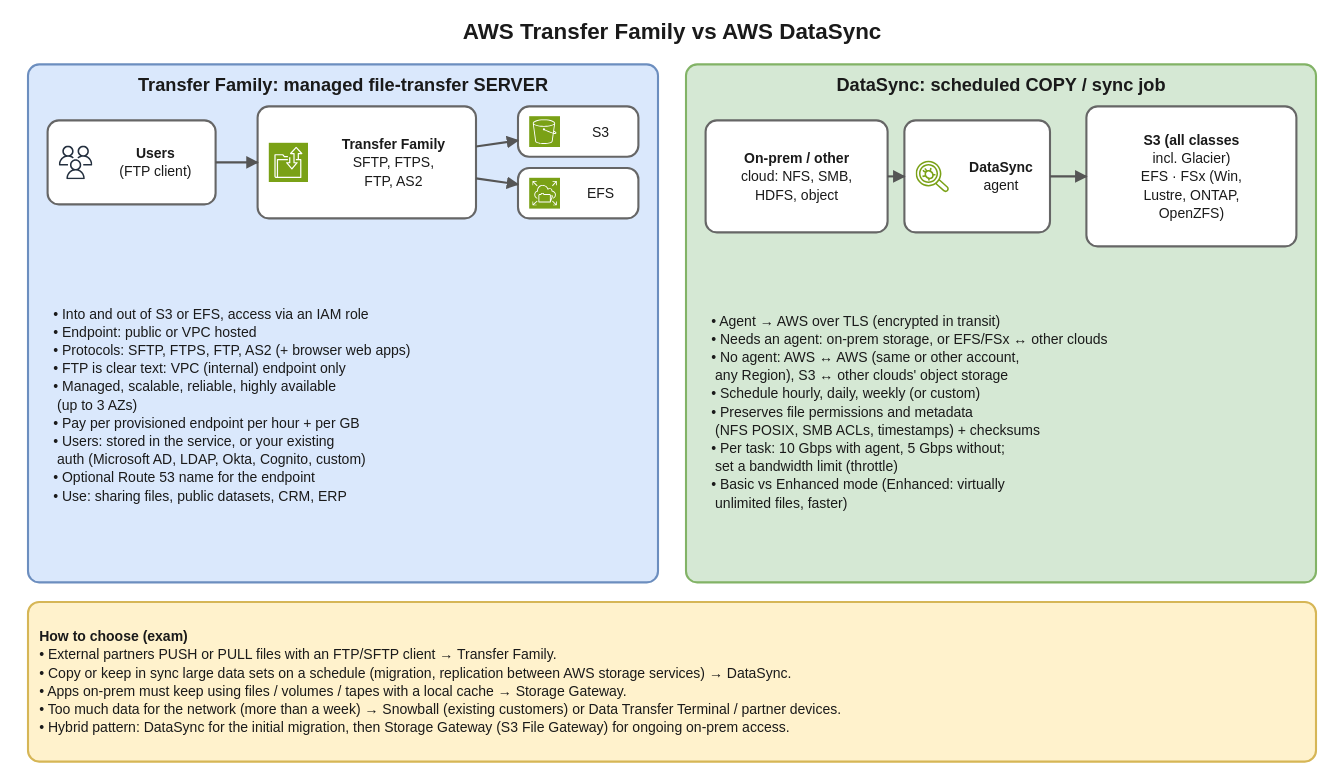
Before: interview-prep/aws/diagrams/sx-06-transfer-family-datasync.drawio.svg, a diagram exported from draw.io (suraj9741/interview). Source tidied: cells renumbered, new cells last; positions are measured from the earlier drawing's top-left corner, leaving out a move shared by most shapes.
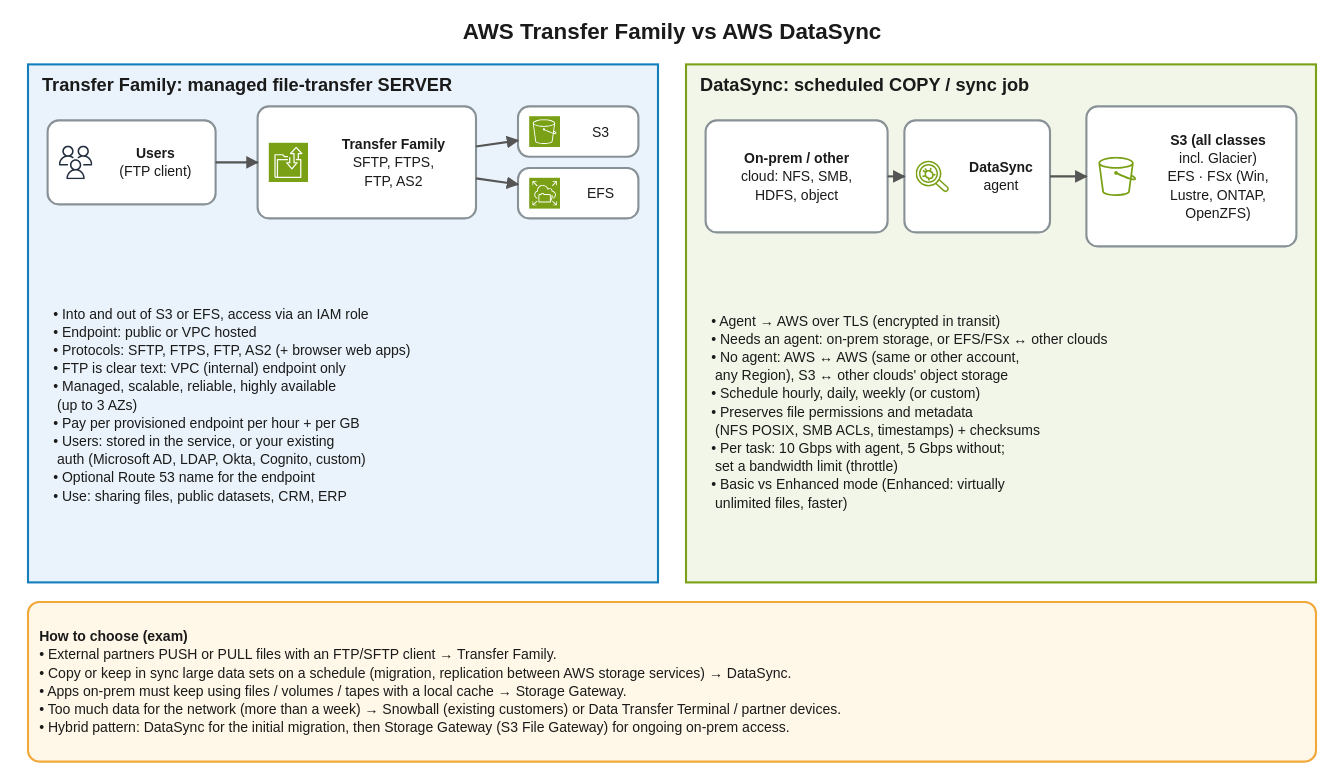
Later version of the same file.

Change to the diagram source:
```diff
@@ -5,28 +5,28 @@
     <mxCell id="2" value="AWS Transfer Family vs AWS DataSync" style="text;strokeColor=none;fillColor=none;whiteSpace=wrap;html=1;fontSize=16;fontColor=#1a1a1a;fontFamily=Helvetica;align=center;verticalAlign=middle;fontStyle=1;" parent="1" vertex="1">
       <mxGeometry width="960" height="28" as="geometry" />
     </mxCell>
-    <mxCell id="3" value="Transfer Family: managed file-transfer SERVER" style="rounded=1;absoluteArcSize=1;arcSize=16;fillColor=#dae8fc;strokeColor=#6c8ebf;strokeWidth=1.5;whiteSpace=wrap;html=1;fontSize=13;fontColor=#1a1a1a;fontFamily=Helvetica;align=center;verticalAlign=top;fontStyle=1;spacingTop=2;spacingBottom=2;" parent="1" vertex="1">
+    <mxCell id="3" value="Transfer Family: managed file-transfer SERVER" style="rounded=0;fillColor=#EAF3FB;strokeColor=#147EBA;strokeWidth=1.5;whiteSpace=wrap;html=1;fontSize=13;fontColor=#1a1a1a;fontFamily=Helvetica;align=left;verticalAlign=top;fontStyle=1;spacingLeft=8;spacingTop=2;spacingBottom=2;" parent="1" vertex="1">
       <mxGeometry x="20" y="38" width="450" height="370" as="geometry" />
     </mxCell>
-    <mxCell id="4" value="&lt;b&gt;Users&lt;/b&gt;&lt;br&gt;(FTP client)" style="rounded=1;absoluteArcSize=1;arcSize=16;fillColor=#ffffff;strokeColor=#666666;strokeWidth=1.5;whiteSpace=wrap;html=1;fontSize=10;fontColor=#1a1a1a;fontFamily=Helvetica;align=center;verticalAlign=middle;spacingLeft=34;" parent="1" vertex="1">
+    <mxCell id="4" value="&lt;b&gt;Users&lt;/b&gt;&lt;br&gt;(FTP client)" style="rounded=1;absoluteArcSize=1;arcSize=16;fillColor=#FFFFFF;strokeColor=#879196;strokeWidth=1.5;whiteSpace=wrap;html=1;fontSize=10;fontColor=#1a1a1a;fontFamily=Helvetica;align=center;verticalAlign=middle;spacingLeft=34;" parent="1" vertex="1">
       <mxGeometry x="34" y="78" width="120" height="60" as="geometry" />
     </mxCell>
     <mxCell id="5" style="sketch=0;fontColor=#232F3E;gradientColor=none;dashed=0;verticalLabelPosition=bottom;verticalAlign=top;align=center;html=1;fontSize=12;fontStyle=0;fillColor=#232F3E;strokeColor=none;shape=mxgraph.aws4.users;" parent="1" vertex="1">
       <mxGeometry x="42" y="96" width="24" height="24" as="geometry" />
     </mxCell>
-    <mxCell id="6" value="&lt;b&gt;Transfer Family&lt;/b&gt;&lt;br&gt;SFTP, FTPS,&lt;br&gt;FTP, AS2" style="rounded=1;absoluteArcSize=1;arcSize=16;fillColor=#ffffff;strokeColor=#666666;strokeWidth=1.5;whiteSpace=wrap;html=1;fontSize=10;fontColor=#1a1a1a;fontFamily=Helvetica;align=center;verticalAlign=middle;spacingLeft=38;" parent="1" vertex="1">
+    <mxCell id="6" value="&lt;b&gt;Transfer Family&lt;/b&gt;&lt;br&gt;SFTP, FTPS,&lt;br&gt;FTP, AS2" style="rounded=1;absoluteArcSize=1;arcSize=16;fillColor=#FFFFFF;strokeColor=#879196;strokeWidth=1.5;whiteSpace=wrap;html=1;fontSize=10;fontColor=#1a1a1a;fontFamily=Helvetica;align=center;verticalAlign=middle;spacingLeft=38;" parent="1" vertex="1">
       <mxGeometry x="184" y="68" width="156" height="80" as="geometry" />
     </mxCell>
     <mxCell id="7" style="sketch=0;fontColor=#232F3E;gradientColor=none;dashed=0;verticalLabelPosition=bottom;verticalAlign=top;align=center;html=1;fontSize=12;fontStyle=0;fillColor=#7AA116;strokeColor=#ffffff;shape=mxgraph.aws4.resourceIcon;resIcon=mxgraph.aws4.transfer_family;" parent="1" vertex="1">
       <mxGeometry x="192" y="94" width="28" height="28" as="geometry" />
     </mxCell>
-    <mxCell id="8" value="S3" style="rounded=1;absoluteArcSize=1;arcSize=16;fillColor=#ffffff;strokeColor=#666666;strokeWidth=1.5;whiteSpace=wrap;html=1;fontSize=10;fontColor=#1a1a1a;fontFamily=Helvetica;align=center;verticalAlign=middle;spacingLeft=32;" parent="1" vertex="1">
+    <mxCell id="8" value="S3" style="rounded=1;absoluteArcSize=1;arcSize=16;fillColor=#FFFFFF;strokeColor=#879196;strokeWidth=1.5;whiteSpace=wrap;html=1;fontSize=10;fontColor=#1a1a1a;fontFamily=Helvetica;align=center;verticalAlign=middle;spacingLeft=32;" parent="1" vertex="1">
       <mxGeometry x="370" y="68" width="86" height="36" as="geometry" />
     </mxCell>
     <mxCell id="9" style="sketch=0;fontColor=#232F3E;gradientColor=none;dashed=0;verticalLabelPosition=bottom;verticalAlign=top;align=center;html=1;fontSize=12;fontStyle=0;fillColor=#7AA116;strokeColor=#ffffff;shape=mxgraph.aws4.resourceIcon;resIcon=mxgraph.aws4.s3;" parent="1" vertex="1">
       <mxGeometry x="378" y="75" width="22" height="22" as="geometry" />
     </mxCell>
-    <mxCell id="10" value="EFS" style="rounded=1;absoluteArcSize=1;arcSize=16;fillColor=#ffffff;strokeColor=#666666;strokeWidth=1.5;whiteSpace=wrap;html=1;fontSize=10;fontColor=#1a1a1a;fontFamily=Helvetica;align=center;verticalAlign=middle;spacingLeft=32;" parent="1" vertex="1">
+    <mxCell id="10" value="EFS" style="rounded=1;absoluteArcSize=1;arcSize=16;fillColor=#FFFFFF;strokeColor=#879196;strokeWidth=1.5;whiteSpace=wrap;html=1;fontSize=10;fontColor=#1a1a1a;fontFamily=Helvetica;align=center;verticalAlign=middle;spacingLeft=32;" parent="1" vertex="1">
       <mxGeometry x="370" y="112" width="86" height="36" as="geometry" />
     </mxCell>
     <mxCell id="11" style="sketch=0;fontColor=#232F3E;gradientColor=none;dashed=0;verticalLabelPosition=bottom;verticalAlign=top;align=center;html=1;fontSize=12;fontStyle=0;fillColor=#7AA116;strokeColor=#ffffff;shape=mxgraph.aws4.resourceIcon;resIcon=mxgraph.aws4.elastic_file_system;" parent="1" vertex="1">
@@ -35,25 +35,28 @@
     <mxCell id="12" value="• Into and out of S3 or EFS, access via an IAM role&lt;br&gt;• Endpoint: public or VPC hosted&lt;br&gt;• Protocols: SFTP, FTPS, FTP, AS2 (+ browser web apps)&lt;br&gt;• FTP is clear text: VPC (internal) endpoint only&lt;br&gt;• Managed, scalable, reliable, highly available&lt;br&gt;  (up to 3 AZs)&lt;br&gt;• Pay per provisioned endpoint per hour + per GB&lt;br&gt;• Users: stored in the service, or your existing&lt;br&gt;  auth (Microsoft AD, LDAP, Okta, Cognito, custom)&lt;br&gt;• Optional Route 53 name for the endpoint&lt;br&gt;• Use: sharing files, public datasets, CRM, ERP" style="text;strokeColor=none;fillColor=none;whiteSpace=wrap;html=1;fontSize=10;fontColor=#1a1a1a;fontFamily=Helvetica;align=left;verticalAlign=middle;spacingLeft=6;" parent="1" vertex="1">
       <mxGeometry x="30" y="158" width="430" height="246" as="geometry" />
     </mxCell>
-    <mxCell id="13" value="DataSync: scheduled COPY / sync job" style="rounded=1;absoluteArcSize=1;arcSize=16;fillColor=#d5e8d4;strokeColor=#82b366;strokeWidth=1.5;whiteSpace=wrap;html=1;fontSize=13;fontColor=#1a1a1a;fontFamily=Helvetica;align=center;verticalAlign=top;fontStyle=1;spacingTop=2;spacingBottom=2;" parent="1" vertex="1">
+    <mxCell id="13" value="DataSync: scheduled COPY / sync job" style="rounded=0;fillColor=#F2F6E8;strokeColor=#7AA116;strokeWidth=1.5;whiteSpace=wrap;html=1;fontSize=13;fontColor=#1a1a1a;fontFamily=Helvetica;align=left;verticalAlign=top;fontStyle=1;spacingLeft=8;spacingTop=2;spacingBottom=2;" parent="1" vertex="1">
       <mxGeometry x="490" y="38" width="450" height="370" as="geometry" />
     </mxCell>
-    <mxCell id="14" value="&lt;b&gt;On-prem / other&lt;/b&gt;&lt;br&gt;cloud: NFS, SMB,&lt;br&gt;HDFS, object" style="rounded=1;absoluteArcSize=1;arcSize=16;fillColor=#ffffff;strokeColor=#666666;strokeWidth=1.5;whiteSpace=wrap;html=1;fontSize=10;fontColor=#1a1a1a;fontFamily=Helvetica;align=center;verticalAlign=middle;" parent="1" vertex="1">
+    <mxCell id="14" value="&lt;b&gt;On-prem / other&lt;/b&gt;&lt;br&gt;cloud: NFS, SMB,&lt;br&gt;HDFS, object" style="rounded=1;absoluteArcSize=1;arcSize=16;fillColor=#FFFFFF;strokeColor=#879196;strokeWidth=1.5;whiteSpace=wrap;html=1;fontSize=10;fontColor=#1a1a1a;fontFamily=Helvetica;align=center;verticalAlign=middle;" parent="1" vertex="1">
       <mxGeometry x="504" y="78" width="130" height="80" as="geometry" />
     </mxCell>
-    <mxCell id="15" value="&lt;b&gt;DataSync&lt;/b&gt;&lt;br&gt;agent" style="rounded=1;absoluteArcSize=1;arcSize=16;fillColor=#ffffff;strokeColor=#666666;strokeWidth=1.5;whiteSpace=wrap;html=1;fontSize=10;fontColor=#1a1a1a;fontFamily=Helvetica;align=center;verticalAlign=middle;spacingLeft=34;" parent="1" vertex="1">
+    <mxCell id="15" value="&lt;b&gt;DataSync&lt;/b&gt;&lt;br&gt;agent" style="rounded=1;absoluteArcSize=1;arcSize=16;fillColor=#FFFFFF;strokeColor=#879196;strokeWidth=1.5;whiteSpace=wrap;html=1;fontSize=10;fontColor=#1a1a1a;fontFamily=Helvetica;align=center;verticalAlign=middle;spacingLeft=34;" parent="1" vertex="1">
       <mxGeometry x="646" y="78" width="104" height="80" as="geometry" />
     </mxCell>
     <mxCell id="16" style="sketch=0;fontColor=#232F3E;gradientColor=none;dashed=0;verticalLabelPosition=bottom;verticalAlign=top;align=center;html=1;fontSize=12;fontStyle=0;fillColor=#7AA116;strokeColor=none;shape=mxgraph.aws4.agent;" parent="1" vertex="1">
       <mxGeometry x="654" y="106" width="24" height="24" as="geometry" />
     </mxCell>
-    <mxCell id="17" value="&lt;b&gt;S3 (all classes&lt;/b&gt;&lt;br&gt;incl. Glacier)&lt;br&gt;EFS · FSx (Win,&lt;br&gt;Lustre, ONTAP,&lt;br&gt;OpenZFS)" style="rounded=1;absoluteArcSize=1;arcSize=16;fillColor=#ffffff;strokeColor=#666666;strokeWidth=1.5;whiteSpace=wrap;html=1;fontSize=10;fontColor=#1a1a1a;fontFamily=Helvetica;align=center;verticalAlign=middle;" parent="1" vertex="1">
+    <mxCell id="17" value="&lt;b&gt;S3 (all classes&lt;/b&gt;&lt;br&gt;incl. Glacier)&lt;br&gt;EFS · FSx (Win,&lt;br&gt;Lustre, ONTAP,&lt;br&gt;OpenZFS)" style="rounded=1;absoluteArcSize=1;arcSize=16;fillColor=#FFFFFF;strokeColor=#879196;strokeWidth=1.5;whiteSpace=wrap;html=1;fontSize=10;fontColor=#1a1a1a;fontFamily=Helvetica;align=center;verticalAlign=middle;spacingLeft=38;" parent="1" vertex="1">
       <mxGeometry x="776" y="68" width="150" height="100" as="geometry" />
     </mxCell>
+    <mxCell id="25" style="sketch=0;fontColor=#232F3E;gradientColor=none;dashed=0;verticalLabelPosition=bottom;verticalAlign=top;align=center;html=1;fontSize=12;fontStyle=0;fillColor=#7AA116;strokeColor=none;shape=mxgraph.aws4.bucket;" parent="1" vertex="1">
+      <mxGeometry x="784" y="104" width="28" height="28" as="geometry" />
+    </mxCell>
     <mxCell id="18" value="• Agent → AWS over TLS (encrypted in transit)&lt;br&gt;• Needs an agent: on-prem storage, or EFS/FSx ↔ other clouds&lt;br&gt;• No agent: AWS ↔ AWS (same or other account,&lt;br&gt;  any Region), S3 ↔ other clouds' object storage&lt;br&gt;• Schedule hourly, daily, weekly (or custom)&lt;br&gt;• Preserves file permissions and metadata&lt;br&gt;  (NFS POSIX, SMB ACLs, timestamps) + checksums&lt;br&gt;• Per task: 10 Gbps with agent, 5 Gbps without;&lt;br&gt;  set a bandwidth limit (throttle)&lt;br&gt;• Basic vs Enhanced mode (Enhanced: virtually&lt;br&gt;  unlimited files, faster)" style="text;strokeColor=none;fillColor=none;whiteSpace=wrap;html=1;fontSize=10;fontColor=#1a1a1a;fontFamily=Helvetica;align=left;verticalAlign=middle;spacingLeft=6;" parent="1" vertex="1">
       <mxGeometry x="500" y="168" width="430" height="236" as="geometry" />
     </mxCell>
-    <mxCell id="19" value="&lt;b&gt;How to choose (exam)&lt;/b&gt;&lt;br&gt;• External partners PUSH or PULL files with an FTP/SFTP client → Transfer Family.&lt;br&gt;• Copy or keep in sync large data sets on a schedule (migration, replication between AWS storage services) → DataSync.&lt;br&gt;• Apps on-prem must keep using files / volumes / tapes with a local cache → Storage Gateway.&lt;br&gt;• Too much data for the network (more than a week) → Snowball (existing customers) or Data Transfer Terminal / partner devices.&lt;br&gt;• Hybrid pattern: DataSync for the initial migration, then Storage Gateway (S3 File Gateway) for ongoing on-prem access." style="rounded=1;absoluteArcSize=1;arcSize=16;fillColor=#fff2cc;strokeColor=#d6b656;strokeWidth=1.5;whiteSpace=wrap;html=1;fontSize=10;fontColor=#1a1a1a;fontFamily=Helvetica;align=left;verticalAlign=middle;spacingLeft=6;" parent="1" vertex="1">
+    <mxCell id="19" value="&lt;b&gt;How to choose (exam)&lt;/b&gt;&lt;br&gt;• External partners PUSH or PULL files with an FTP/SFTP client → Transfer Family.&lt;br&gt;• Copy or keep in sync large data sets on a schedule (migration, replication between AWS storage services) → DataSync.&lt;br&gt;• Apps on-prem must keep using files / volumes / tapes with a local cache → Storage Gateway.&lt;br&gt;• Too much data for the network (more than a week) → Snowball (existing customers) or Data Transfer Terminal / partner devices.&lt;br&gt;• Hybrid pattern: DataSync for the initial migration, then Storage Gateway (S3 File Gateway) for ongoing on-prem access." style="rounded=1;absoluteArcSize=1;arcSize=16;fillColor=#FFF8E8;strokeColor=#F2A93B;strokeWidth=1.5;whiteSpace=wrap;html=1;fontSize=10;fontColor=#1a1a1a;fontFamily=Helvetica;align=left;verticalAlign=middle;spacingLeft=6;" parent="1" vertex="1">
       <mxGeometry x="20" y="422" width="920" height="114" as="geometry" />
     </mxCell>
     <mxCell id="20" style="html=1;rounded=0;endArrow=classic;endFill=1;strokeColor=#555555;strokeWidth=1.5;fontSize=10;fontColor=#1a1a1a;labelBackgroundColor=#ffffff;startArrow=none;" parent="1" edge="1" source="4" target="6">
```
